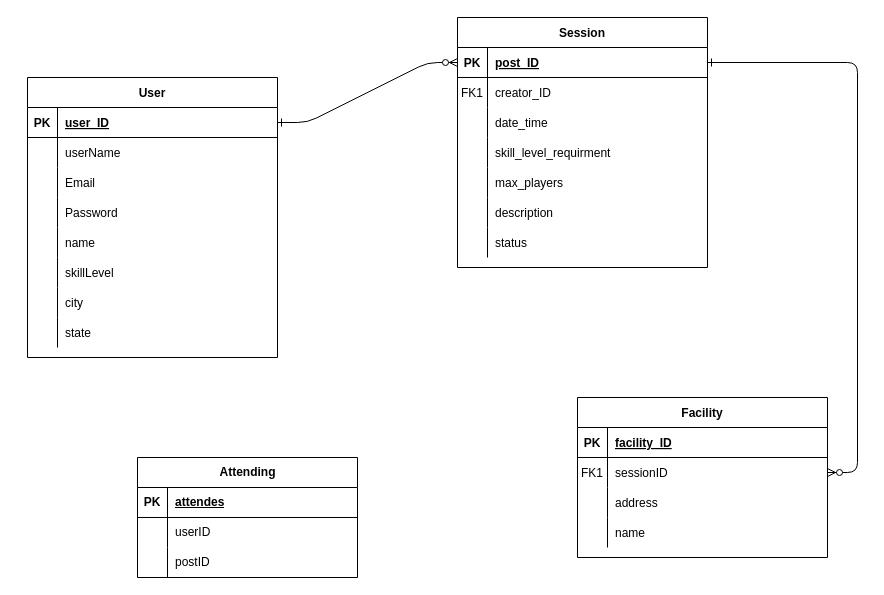
Earlier version of the draw.io diagram Untitled Diagram.drawio (abdis-lab/HoopSessionBeta). Source tidied: cells renumbered, new cells numbered last; positions are measured from the earlier drawing's top-left corner, leaving out a move shared by most shapes. Both pictures are drawn from the tidied source at 100%, with x=0, y=0 at pixel (27, 17).
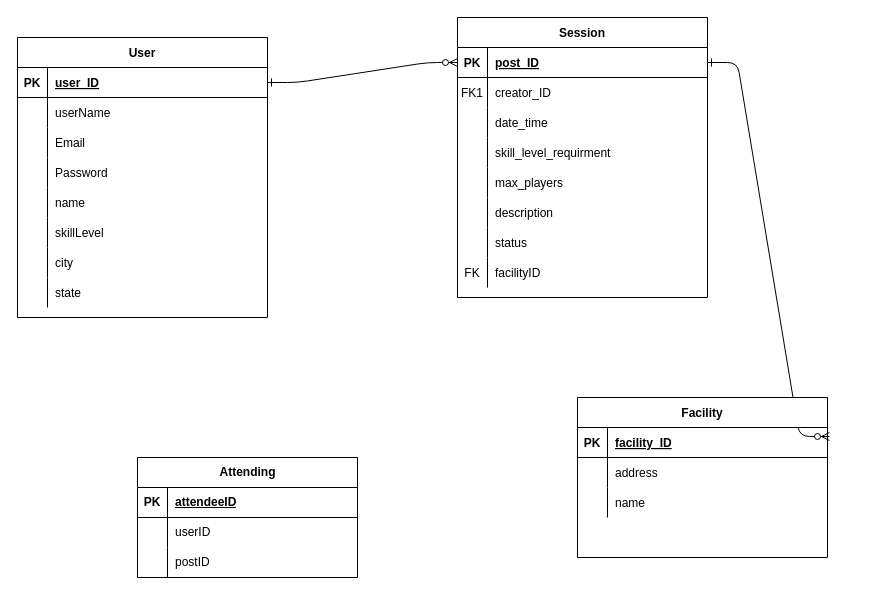
The same diagram, later.

Unchanged cells that the change refers to:
```xml
<mxCell id="5" style="shape=partialRectangle;fillColor=none;points=[[0,0.5],[1,0.5]];portConstraint=eastwest;top=0;left=0;right=0;bottom=1;" parent="4" vertex="1">
  <mxGeometry y="30" width="250" height="30" as="geometry" />
</mxCell>
<mxCell id="26" value="Facility" style="shape=table;startSize=30;childLayout=tableLayout;rowLines=0;fontStyle=1;align=center;" parent="1" vertex="1">
  <mxGeometry x="550" y="380" width="250" height="160" as="geometry" />
</mxCell>
<mxCell id="27" style="shape=partialRectangle;fillColor=none;points=[[0,0.5],[1,0.5]];portConstraint=eastwest;top=0;left=0;right=0;bottom=1;" parent="26" vertex="1">
  <mxGeometry y="30" width="250" height="30" as="geometry" />
</mxCell>
<mxCell id="65" style="shape=tableRow;horizontal=0;startSize=0;swimlaneHead=0;swimlaneBody=0;fillColor=none;top=0;left=0;right=0;bottom=1;" parent="64" vertex="1">
  <mxGeometry y="30" width="220" height="30" as="geometry" />
</mxCell>
```

The edit, as a diff of the source:
```diff
@@
-    <mxCell id="3" style="edgeStyle=entityRelationEdgeStyle;endArrow=ERzeroToMany;startArrow=ERone;endFill=1;startFill=0;" parent="1" edge="1" source="5" target="30">
+    <mxCell id="3" style="edgeStyle=entityRelationEdgeStyle;endArrow=ERzeroToMany;startArrow=ERone;endFill=1;startFill=0;entryX=1.008;entryY=0.3;entryDx=0;entryDy=0;entryPerimeter=0;" parent="1" edge="1" source="5" target="27">
       <mxGeometry relative="1" as="geometry" />
     </mxCell>
     <mxCell id="4" value="Session" style="shape=table;startSize=30;childLayout=tableLayout;rowLines=0;fontStyle=1;align=center;" parent="1" vertex="1">
-      <mxGeometry x="430" width="250" height="250" as="geometry" />
+      <mxGeometry x="430" width="250" height="280" as="geometry" />
     </mxCell>
@@
+    <mxCell id="74" style="shape=partialRectangle;fillColor=none;top=0;left=0;right=0;bottom=0;" parent="4" vertex="1">
+      <mxGeometry y="240" width="250" height="30" as="geometry" />
+    </mxCell>
+    <mxCell id="75" value="FK" style="shape=partialRectangle;overflow=hidden;fillColor=none;top=0;left=0;bottom=0;right=0;" parent="74" vertex="1">
+      <mxGeometry width="30" height="30" as="geometry" />
+    </mxCell>
+    <mxCell id="76" value="facilityID" style="shape=partialRectangle;overflow=hidden;fillColor=none;top=0;left=0;bottom=0;right=0;align=left;spacingLeft=6;" parent="74" vertex="1">
+      <mxGeometry x="30" width="220" height="30" as="geometry" />
+    </mxCell>
@@
-    <mxCell id="30" style="shape=partialRectangle;fillColor=none;points=[[0,0.5],[1,0.5]];portConstraint=eastwest;top=0;left=0;right=0;bottom=0;" parent="26" vertex="1">
-      <mxGeometry y="60" width="250" height="30" as="geometry" />
-    </mxCell>
-    <mxCell id="31" value="FK1" style="shape=partialRectangle;overflow=hidden;fillColor=none;top=0;left=0;bottom=0;right=0;" parent="30" vertex="1">
-      <mxGeometry width="30" height="30" as="geometry" />
-    </mxCell>
-    <mxCell id="32" value="sessionID" style="shape=partialRectangle;overflow=hidden;fillColor=none;top=0;left=0;bottom=0;right=0;align=left;spacingLeft=6;" parent="30" vertex="1">
-      <mxGeometry x="30" width="220" height="30" as="geometry" />
-    </mxCell>
     <mxCell id="33" style="shape=partialRectangle;fillColor=none;top=0;left=0;right=0;bottom=0;" parent="26" vertex="1">
-      <mxGeometry y="90" width="250" height="30" as="geometry" />
+      <mxGeometry y="60" width="250" height="30" as="geometry" />
     </mxCell>
@@
     <mxCell id="36" style="shape=partialRectangle;fillColor=none;top=0;left=0;right=0;bottom=0;" parent="26" vertex="1">
-      <mxGeometry y="120" width="250" height="30" as="geometry" />
+      <mxGeometry y="90" width="250" height="30" as="geometry" />
     </mxCell>
@@
     <mxCell id="39" value="User" style="shape=table;startSize=30;childLayout=tableLayout;rowLines=0;fontStyle=1;align=center;" parent="1" vertex="1">
-      <mxGeometry y="60" width="250" height="280" as="geometry" />
+      <mxGeometry x="-10" y="20" width="250" height="280" as="geometry" />
     </mxCell>
@@
-    <mxCell id="67" value="attendes" style="shape=partialRectangle;fillColor=none;top=0;left=0;bottom=0;right=0;align=left;spacingLeft=6;fontStyle=5;overflow=hidden;whiteSpace=wrap;html=1;" parent="65" vertex="1">
+    <mxCell id="67" value="attendeeID" style="shape=partialRectangle;fillColor=none;top=0;left=0;bottom=0;right=0;align=left;spacingLeft=6;fontStyle=5;overflow=hidden;whiteSpace=wrap;html=1;" parent="65" vertex="1">
       <mxGeometry x="30" width="190" height="30" as="geometry" />
     </mxCell>
```
